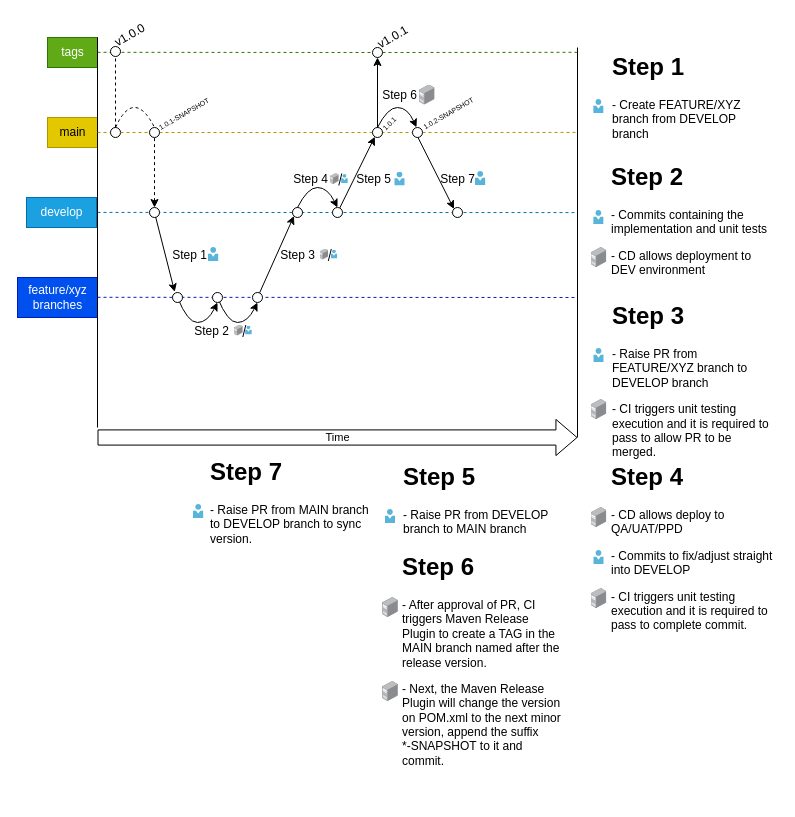
IzinCompany/company-sapi keeps this draw.io diagram as page "New feature in existing API" (2 of 4) of docs/Branching Strategy-v2.drawio. Above is the earlier version. Source tidied: cells renumbered, new cells numbered last; positions are measured from the earlier drawing's top-left corner, leaving out a move shared by most shapes. Both pictures are drawn from the tidied source at 100%, with x=0, y=0 at pixel (17, 27).
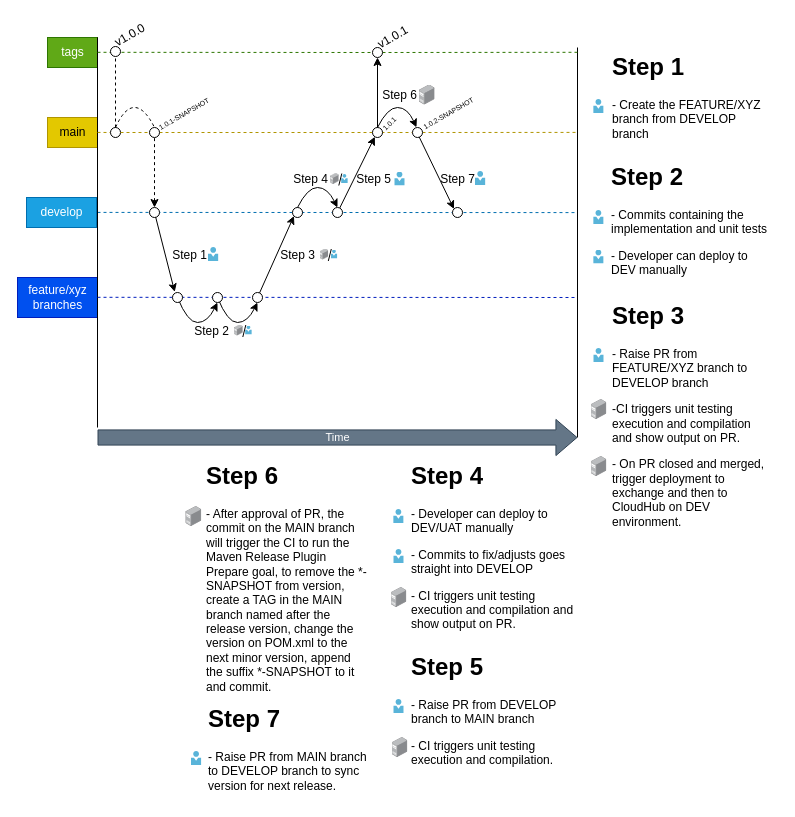
Above is the later version.

The change refers to these unchanged cells:
```xml
<mxCell id="36" style="ellipse;whiteSpace=wrap;html=1;" parent="1" vertex="1">
  <mxGeometry x="395" y="100" width="10" height="10" as="geometry" />
</mxCell>
<mxCell id="47" style="ellipse;whiteSpace=wrap;html=1;" parent="1" vertex="1">
  <mxGeometry x="435" y="180" width="10" height="10" as="geometry" />
</mxCell>
```

Diff of the diagram source:
```diff
@@
+    <mxCell id="46" style="endArrow=none;html=1;rounded=0;endFill=0;startArrow=classic;startFill=1;exitX=0;exitY=0;exitDx=0;exitDy=0;" parent="1" edge="1" source="47">
+      <mxGeometry relative="1" as="geometry">
+        <mxPoint x="400" y="106" as="targetPoint" />
+      </mxGeometry>
+    </mxCell>
@@
-    <mxCell id="4" value="Time" style="shape=flexArrow;endArrow=classic;html=1;rounded=0;width=15.161290322580644;endSize=6.688709677419355;" parent="1" edge="1">
+    <mxCell id="4" value="Time" style="shape=flexArrow;endArrow=classic;html=1;rounded=0;width=15.161290322580644;endSize=6.688709677419355;labelBackgroundColor=none;strokeColor=#314354;fontColor=#FFFFFF;fillColor=#647687;" parent="1" edge="1">
       <mxGeometry relative="1" as="geometry">
         <mxPoint x="80" y="410" as="sourcePoint" />
         <mxPoint x="560" y="410" as="targetPoint" />
       </mxGeometry>
     </mxCell>
@@
-    <mxCell id="46" style="endArrow=none;html=1;rounded=0;endFill=0;startArrow=classic;startFill=1;entryX=0.55;entryY=1.003;entryDx=0;entryDy=0;exitX=0;exitY=0;exitDx=0;exitDy=0;entryPerimeter=0;" parent="1" edge="1" source="47" target="36">
-      <mxGeometry relative="1" as="geometry" />
-    </mxCell>
@@
-    <mxCell id="52" value="&lt;h1&gt;Step 1&lt;/h1&gt;&lt;p&gt;- Create FEATURE/XYZ branch from DEVELOP branch&lt;/p&gt;" style="text;html=1;strokeColor=none;fillColor=none;spacing=5;spacingTop=-20;whiteSpace=wrap;overflow=hidden;rounded=0;" parent="1" vertex="1">
+    <mxCell id="52" value="&lt;h1&gt;Step 1&lt;/h1&gt;&lt;p&gt;- Create the FEATURE/XYZ branch from DEVELOP branch&lt;br&gt;&lt;/p&gt;" style="text;html=1;strokeColor=none;fillColor=none;spacing=5;spacingTop=-20;whiteSpace=wrap;overflow=hidden;rounded=0;" parent="1" vertex="1">
       <mxGeometry x="590.3" y="20" width="169.7" height="100" as="geometry" />
     </mxCell>
-    <mxCell id="53" value="&lt;h1&gt;Step 2&lt;/h1&gt;&lt;p&gt;- Commits containing the implementation and unit tests&amp;nbsp;&lt;br&gt;&lt;/p&gt;&lt;p&gt;- CD allows deployment to DEV environment&lt;br&gt;&lt;/p&gt;" style="text;html=1;strokeColor=none;fillColor=none;spacing=5;spacingTop=-20;whiteSpace=wrap;overflow=hidden;rounded=0;" parent="1" vertex="1">
+    <mxCell id="53" value="&lt;h1&gt;Step 2&lt;/h1&gt;&lt;p&gt;- Commits containing the implementation and unit tests&amp;nbsp;&lt;br&gt;&lt;/p&gt;&lt;p&gt;- Developer can deploy to DEV manually&lt;br&gt;&lt;/p&gt;" style="text;html=1;strokeColor=none;fillColor=none;spacing=5;spacingTop=-20;whiteSpace=wrap;overflow=hidden;rounded=0;" parent="1" vertex="1">
       <mxGeometry x="589.3" y="130" width="170.7" height="130" as="geometry" />
     </mxCell>
-    <mxCell id="54" value="&lt;h1&gt;Step 3&lt;/h1&gt;&lt;p&gt;&lt;/p&gt;- Raise PR from FEATURE/XYZ branch to DEVELOP branch&lt;p&gt;- CI triggers unit testing execution and it is required to pass to allow PR to be merged.&lt;/p&gt;" style="text;html=1;strokeColor=none;fillColor=none;spacing=5;spacingTop=-20;whiteSpace=wrap;overflow=hidden;rounded=0;" parent="1" vertex="1">
-      <mxGeometry x="590" y="269" width="170" height="171" as="geometry" />
+    <mxCell id="54" value="&lt;h1&gt;Step 3&lt;/h1&gt;&lt;p&gt;&lt;/p&gt;- Raise PR from FEATURE/XYZ branch to DEVELOP branch&lt;p&gt;-CI triggers unit testing execution and compilation and show output on PR.&lt;br&gt;&lt;/p&gt;&lt;p&gt;- On PR closed and merged, trigger deployment to exchange and then to CloudHub on DEV environment.&lt;br&gt;&lt;/p&gt;" style="text;html=1;strokeColor=none;fillColor=none;spacing=5;spacingTop=-20;whiteSpace=wrap;overflow=hidden;rounded=0;" parent="1" vertex="1">
+      <mxGeometry x="590" y="269" width="170" height="251" as="geometry" />
     </mxCell>
-    <mxCell id="55" value="&lt;h1&gt;Step 4&lt;/h1&gt;&lt;p&gt;- CD allows deploy to QA/UAT/PPD&lt;/p&gt;&lt;p&gt;- Commits to fix/adjust straight into DEVELOP&lt;/p&gt;&lt;p&gt;- CI triggers unit testing execution and it is required to pass to complete commit.&lt;br&gt;&lt;/p&gt;" style="text;html=1;strokeColor=none;fillColor=none;spacing=5;spacingTop=-20;whiteSpace=wrap;overflow=hidden;rounded=0;" parent="1" vertex="1">
-      <mxGeometry x="589.3" y="430" width="170.7" height="200" as="geometry" />
+    <mxCell id="55" value="&lt;h1&gt;Step 4&lt;/h1&gt;&lt;p&gt;- Developer can deploy to DEV/UAT manually&lt;/p&gt;&lt;p&gt;- Commits to fix/adjusts goes straight into DEVELOP&lt;/p&gt;&lt;p&gt;- CI triggers unit testing execution and compilation and show output on PR.&lt;br&gt;&lt;/p&gt;" style="text;html=1;strokeColor=none;fillColor=none;spacing=5;spacingTop=-20;whiteSpace=wrap;overflow=hidden;rounded=0;" parent="1" vertex="1">
+      <mxGeometry x="389.3" y="429" width="170.7" height="200" as="geometry" />
     </mxCell>
@@
     <mxCell id="60" style="image;sketch=0;html=1;align=center;fontSize=12;image=img/lib/mscae/Person.svg;" parent="1" vertex="1">
-      <mxGeometry x="576.3" y="523" width="10.4" height="14" as="geometry" />
+      <mxGeometry x="376.3" y="522" width="10.4" height="14" as="geometry" />
     </mxCell>
-    <mxCell id="61" style="image;html=1;align=center;shadow=0;dashed=0;image=img/lib/allied_telesis/computer_and_terminals/Server_Desktop.svg;" parent="1" vertex="1">
-      <mxGeometry x="573.5" y="480" width="15.8" height="20" as="geometry" />
-    </mxCell>
@@
     <mxCell id="66" style="image;html=1;align=center;shadow=0;dashed=0;image=img/lib/allied_telesis/computer_and_terminals/Server_Desktop.svg;" parent="1" vertex="1">
-      <mxGeometry x="573.5" y="561" width="15.8" height="20" as="geometry" />
+      <mxGeometry x="373.5" y="560" width="15.8" height="20" as="geometry" />
     </mxCell>
@@
-    <mxCell id="70" value="&lt;h1&gt;Step 6&lt;/h1&gt;&lt;p&gt;- After approval of PR, CI triggers Maven Release Plugin to create a TAG in the MAIN branch named after the release version.&lt;/p&gt;&lt;p&gt;- Next, the Maven Release Plugin will change the version on POM.xml to the next minor version, append the suffix&lt;br&gt;*-SNAPSHOT to it and commit.&lt;/p&gt;" style="text;html=1;strokeColor=none;fillColor=none;spacing=5;spacingTop=-20;whiteSpace=wrap;overflow=hidden;rounded=0;" parent="1" vertex="1">
-      <mxGeometry x="380.4" y="520" width="169.2" height="230" as="geometry" />
+    <mxCell id="70" value="&lt;h1&gt;Step 6&lt;/h1&gt;&lt;p&gt;&lt;/p&gt;- After approval of PR, the commit on the MAIN branch will trigger the CI to run the Maven Release Plugin Prepare goal, to remove the *-SNAPSHOT from version, create a TAG in the MAIN branch named after the release version,&amp;nbsp;change the version on POM.xml to the next minor version, append the suffix&amp;nbsp;&lt;span style=&quot;background-color: initial;&quot;&gt;*-SNAPSHOT to it and commit.&lt;/span&gt;" style="text;html=1;strokeColor=none;fillColor=none;spacing=5;spacingTop=-20;whiteSpace=wrap;overflow=hidden;rounded=0;" parent="1" vertex="1">
+      <mxGeometry x="183.8" y="429" width="169.2" height="247" as="geometry" />
     </mxCell>
     <mxCell id="71" style="image;sketch=0;html=1;align=center;fontSize=12;image=img/lib/mscae/Person.svg;" parent="1" vertex="1">
-      <mxGeometry x="367.7" y="482" width="10.4" height="14" as="geometry" />
+      <mxGeometry x="376.3" y="672" width="10.4" height="14" as="geometry" />
     </mxCell>
-    <mxCell id="72" style="image;html=1;align=center;shadow=0;dashed=0;image=img/lib/allied_telesis/computer_and_terminals/Server_Desktop.svg;" parent="1" vertex="1">
-      <mxGeometry x="365" y="654" width="15.8" height="20" as="geometry" />
-    </mxCell>
     <mxCell id="73" style="image;html=1;align=center;shadow=0;dashed=0;image=img/lib/allied_telesis/computer_and_terminals/Server_Desktop.svg;" parent="1" vertex="1">
-      <mxGeometry x="365" y="570" width="15.8" height="20" as="geometry" />
+      <mxGeometry x="168.4" y="479" width="15.8" height="20" as="geometry" />
     </mxCell>
     <mxCell id="74" style="image;sketch=0;html=1;align=center;fontSize=12;image=img/lib/mscae/Person.svg;" parent="1" vertex="1">
-      <mxGeometry x="176" y="477" width="10.4" height="14" as="geometry" />
+      <mxGeometry x="173.9" y="724" width="10.4" height="14" as="geometry" />
     </mxCell>
-    <mxCell id="75" value="&lt;h1&gt;Step 5&lt;/h1&gt;&lt;p&gt;- Raise PR from DEVELOP branch to MAIN branch&lt;/p&gt;&lt;p&gt;&lt;br&gt;&lt;/p&gt;" style="text;html=1;strokeColor=none;fillColor=none;spacing=5;spacingTop=-20;whiteSpace=wrap;overflow=hidden;rounded=0;" parent="1" vertex="1">
-      <mxGeometry x="380.8" y="430" width="170.7" height="90" as="geometry" />
+    <mxCell id="75" value="&lt;h1&gt;Step 5&lt;/h1&gt;&lt;p&gt;- Raise PR from DEVELOP branch to MAIN branch&lt;/p&gt;&lt;p&gt;&lt;span style=&quot;background-color: initial;&quot;&gt;- CI triggers unit testing execution and compilation.&amp;nbsp;&lt;/span&gt;&lt;br&gt;&lt;/p&gt;&lt;p&gt;&lt;br&gt;&lt;/p&gt;" style="text;html=1;strokeColor=none;fillColor=none;spacing=5;spacingTop=-20;whiteSpace=wrap;overflow=hidden;rounded=0;" parent="1" vertex="1">
+      <mxGeometry x="389.3" y="620" width="170.7" height="130" as="geometry" />
     </mxCell>
-    <mxCell id="76" value="&lt;h1&gt;Step 7&lt;/h1&gt;&lt;p&gt;- Raise PR from MAIN branch to DEVELOP branch to sync version.&lt;/p&gt;" style="text;html=1;strokeColor=none;fillColor=none;spacing=5;spacingTop=-20;whiteSpace=wrap;overflow=hidden;rounded=0;" parent="1" vertex="1">
-      <mxGeometry x="187.9" y="425" width="169.2" height="100" as="geometry" />
+    <mxCell id="76" value="&lt;h1&gt;Step 7&lt;/h1&gt;&lt;h1&gt;&lt;p style=&quot;font-size: 12px; font-weight: 400;&quot;&gt;- Raise PR from MAIN branch to DEVELOP branch to sync version for next release.&lt;/p&gt;&lt;/h1&gt;" style="text;html=1;strokeColor=none;fillColor=none;spacing=5;spacingTop=-20;whiteSpace=wrap;overflow=hidden;rounded=0;" parent="1" vertex="1">
+      <mxGeometry x="185.8" y="672" width="169.2" height="100" as="geometry" />
     </mxCell>
@@
-    <mxCell id="81" style="image;html=1;align=center;shadow=0;dashed=0;image=img/lib/allied_telesis/computer_and_terminals/Server_Desktop.svg;" parent="1" vertex="1">
-      <mxGeometry x="573.5" y="220" width="15.8" height="20" as="geometry" />
-    </mxCell>
@@
+    <mxCell id="86" style="image;sketch=0;html=1;align=center;fontSize=12;image=img/lib/mscae/Person.svg;" parent="1" vertex="1">
+      <mxGeometry x="576.2" y="222.5" width="10.4" height="14" as="geometry" />
+    </mxCell>
+    <mxCell id="87" style="image;html=1;align=center;shadow=0;dashed=0;image=img/lib/allied_telesis/computer_and_terminals/Server_Desktop.svg;" parent="1" vertex="1">
+      <mxGeometry x="573.5" y="429" width="15.8" height="20" as="geometry" />
+    </mxCell>
+    <mxCell id="88" style="image;sketch=0;html=1;align=center;fontSize=12;image=img/lib/mscae/Person.svg;" parent="1" vertex="1">
+      <mxGeometry x="376.2" y="482" width="10.4" height="14" as="geometry" />
+    </mxCell>
+    <mxCell id="89" style="image;html=1;align=center;shadow=0;dashed=0;image=img/lib/allied_telesis/computer_and_terminals/Server_Desktop.svg;" parent="1" vertex="1">
+      <mxGeometry x="374.5" y="710" width="15.8" height="20" as="geometry" />
+    </mxCell>
```
